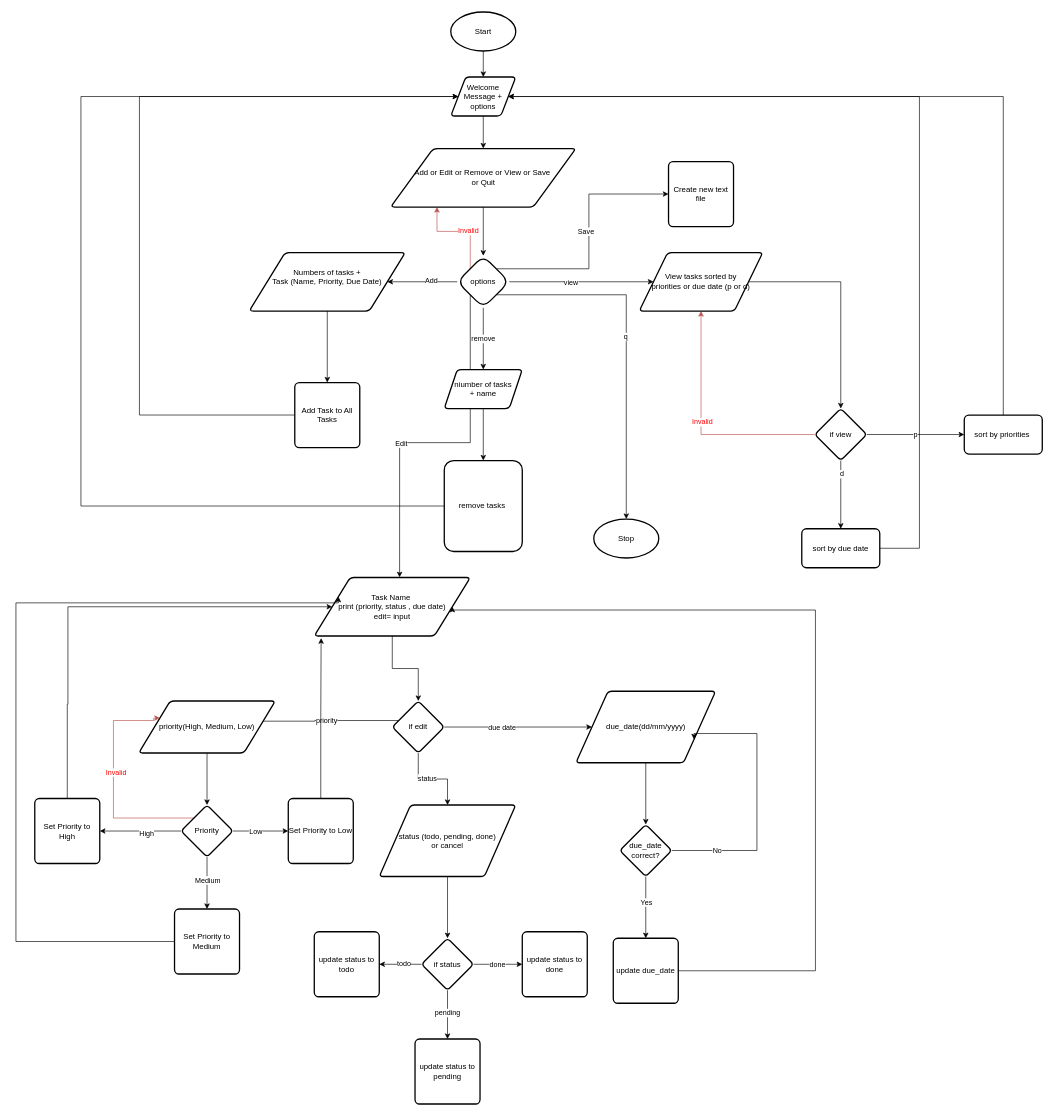
This is To-Do List Flowchart.drawio from Marco64-bit/To-Do-List, a draw.io file, before an edit. Source tidied: cells renumbered, new cells numbered last; positions are measured from the earlier drawing's top-left corner, leaving out a move shared by most shapes. Both pictures are drawn from the tidied source at 65%, with x=0, y=0 at pixel (16, 12).
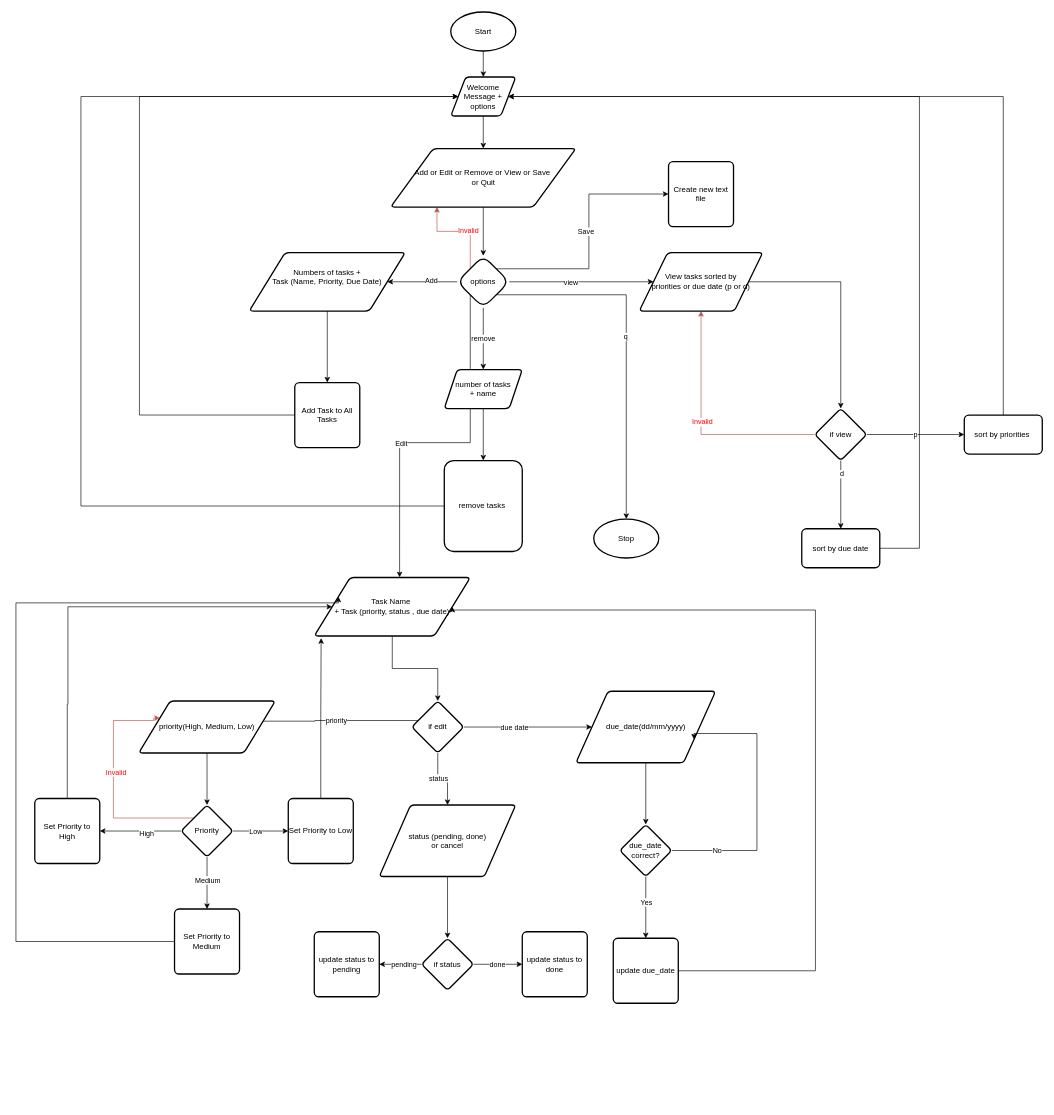
The same diagram, later.

Unchanged cells that the change refers to:
```xml
<mxCell id="77" value="if status" style="rhombus;whiteSpace=wrap;html=1;strokeWidth=2;rounded=1;arcSize=12;" parent="1" vertex="1">
  <mxGeometry x="624" y="1425" width="80" height="80" as="geometry" />
</mxCell>
```

What changed in the source:
```diff
@@
-    <mxCell id="27" value="niumber of tasks&lt;div&gt;+ name&lt;/div&gt;" style="shape=parallelogram;perimeter=parallelogramPerimeter;whiteSpace=wrap;html=1;fixedSize=1;strokeWidth=2;rounded=1;arcSize=12;" parent="1" vertex="1">
+    <mxCell id="27" value="number of tasks&lt;div&gt;+ name&lt;/div&gt;" style="shape=parallelogram;perimeter=parallelogramPerimeter;whiteSpace=wrap;html=1;fixedSize=1;strokeWidth=2;rounded=1;arcSize=12;" parent="1" vertex="1">
       <mxGeometry x="659" y="550" width="120" height="60" as="geometry" />
     </mxCell>
@@
-    <mxCell id="44" value="Task Name&amp;nbsp;&lt;div&gt;print (priority, status , due date)&lt;/div&gt;&lt;div&gt;edit= input&lt;/div&gt;" style="shape=parallelogram;html=1;strokeWidth=2;perimeter=parallelogramPerimeter;whiteSpace=wrap;rounded=1;arcSize=12;size=0.23;" parent="1" vertex="1">
+    <mxCell id="44" value="Task Name&amp;nbsp;&lt;div&gt;&lt;span style=&quot;background-color: initial;&quot;&gt;+ Task (priority, status , due date)&lt;/span&gt;&lt;/div&gt;" style="shape=parallelogram;html=1;strokeWidth=2;perimeter=parallelogramPerimeter;whiteSpace=wrap;rounded=1;arcSize=12;size=0.23;" parent="1" vertex="1">
       <mxGeometry x="459" y="870" width="240" height="90" as="geometry" />
     </mxCell>
@@
     <mxCell id="51" value="if edit" style="rhombus;whiteSpace=wrap;html=1;strokeWidth=2;rounded=1;arcSize=12;" parent="1" vertex="1">
-      <mxGeometry x="579" y="1060" width="80" height="80" as="geometry" />
+      <mxGeometry x="609" y="1060" width="80" height="80" as="geometry" />
     </mxCell>
@@
-    <mxCell id="70" value="status (todo, pending, done)&lt;div&gt;or cancel&lt;/div&gt;" style="shape=parallelogram;html=1;strokeWidth=2;perimeter=parallelogramPerimeter;whiteSpace=wrap;rounded=1;arcSize=12;size=0.23;" parent="1" vertex="1">
+    <mxCell id="70" value="status (pending, done)&lt;div&gt;or cancel&lt;/div&gt;" style="shape=parallelogram;html=1;strokeWidth=2;perimeter=parallelogramPerimeter;whiteSpace=wrap;rounded=1;arcSize=12;size=0.23;" parent="1" vertex="1">
       <mxGeometry x="559" y="1220" width="210" height="110" as="geometry" />
     </mxCell>
-    <mxCell id="71" style="edgeStyle=orthogonalEdgeStyle;rounded=0;jettySize=auto;html=1;" parent="1" edge="1" source="77" target="78">
-      <mxGeometry relative="1" as="geometry" />
-    </mxCell>
-    <mxCell id="72" value="todo" style="edgeLabel;html=1;align=center;verticalAlign=middle;" parent="71" vertex="1">
-      <mxGeometry x="-0.15" y="-2" relative="1" as="geometry" />
-    </mxCell>
@@
-    <mxCell id="78" value="update status to todo" style="rounded=1;whiteSpace=wrap;html=1;absoluteArcSize=1;arcSize=14;strokeWidth=2;" parent="1" vertex="1">
-      <mxGeometry x="459" y="1415" width="100" height="100" as="geometry" />
-    </mxCell>
@@
     <mxCell id="80" value="update status to pending" style="rounded=1;whiteSpace=wrap;html=1;absoluteArcSize=1;arcSize=14;strokeWidth=2;" parent="1" vertex="1">
-      <mxGeometry x="614" y="1580" width="100" height="100" as="geometry" />
+      <mxGeometry x="459" y="1415" width="100" height="100" as="geometry" />
     </mxCell>
```
